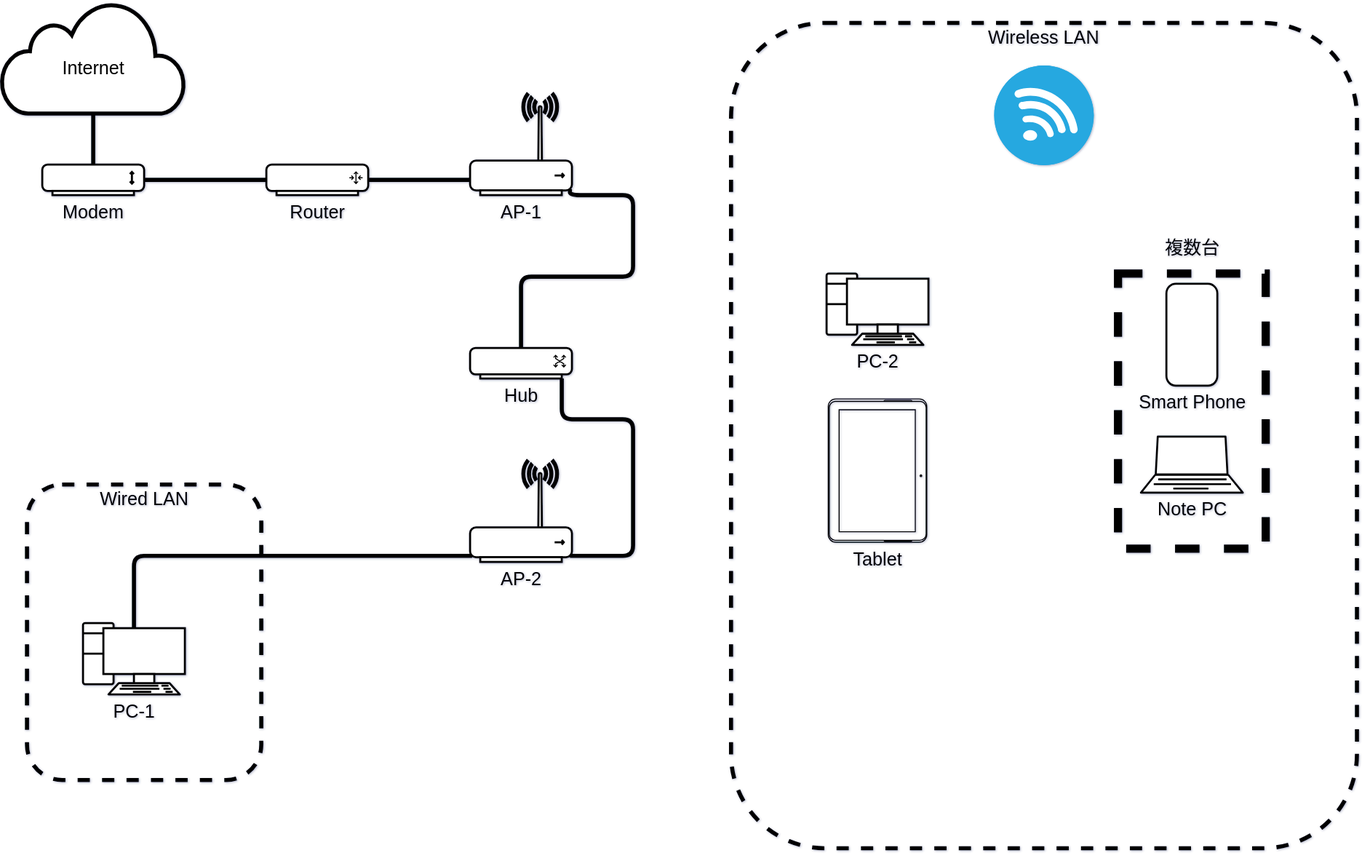
Above: NW.drawio.svg in kuroma6666/home (draw.io), before the change. Source tidied: cells renumbered, new cells last; positions are measured from the earlier drawing's top-left corner, leaving out a move shared by most shapes.
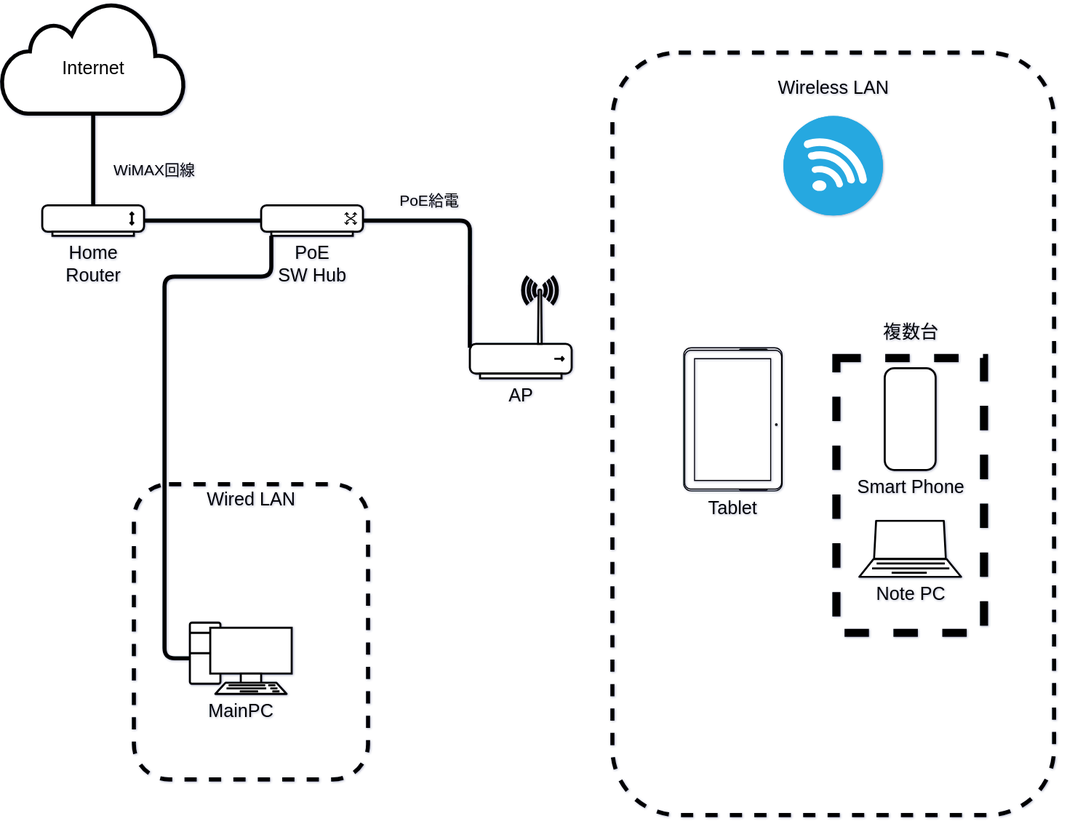
Later version of the same file.

Commit message:
update: 現時点でのNW構成更新内容を反映

What changed in the source:
```diff
@@ -2,8 +2,11 @@
   <root>
     <mxCell id="0" />
     <mxCell id="1" parent="0" />
+    <mxCell id="18" style="rounded=1;whiteSpace=wrap;html=1;dashed=1;labelBackgroundColor=none;fontFamily=Helvetica;fontSize=18;fontColor=#000000;strokeColor=#000000;strokeWidth=4;fillColor=none;gradientColor=none;" parent="1" vertex="1">
+      <mxGeometry x="600" y="50" width="433.8" height="749" as="geometry" />
+    </mxCell>
     <mxCell id="2" style="group;" parent="1" vertex="1">
-      <mxGeometry x="25" y="474" width="230" height="290" as="geometry" />
+      <mxGeometry x="130" y="474" width="230" height="290" as="geometry" />
     </mxCell>
     <mxCell id="3" style="rounded=1;whiteSpace=wrap;html=1;dashed=1;labelBackgroundColor=none;fontFamily=Helvetica;fontSize=18;fontColor=#000000;strokeColor=#000000;strokeWidth=4;fillColor=none;gradientColor=none;" parent="2" vertex="1">
       <mxGeometry width="230" height="290" as="geometry" />
@@ -11,71 +14,47 @@
     <mxCell id="4" value="Wired LAN" style="text;html=1;align=center;verticalAlign=middle;strokeColor=none;fillColor=none;fontSize=18;fontFamily=Helvetica;fontColor=#000000;" parent="2" vertex="1">
       <mxGeometry x="65" width="100" height="30" as="geometry" />
     </mxCell>
-    <mxCell id="5" value="PC-1" style="verticalAlign=top;verticalLabelPosition=bottom;labelPosition=center;align=center;html=1;outlineConnect=0;gradientDirection=north;strokeWidth=2;shape=mxgraph.networks.pc;labelBackgroundColor=none;fontSize=18;strokeColor=#000000;fontColor=#000000;" parent="2" vertex="1">
+    <mxCell id="5" value="MainPC" style="verticalAlign=top;verticalLabelPosition=bottom;labelPosition=center;align=center;html=1;outlineConnect=0;gradientDirection=north;strokeWidth=2;shape=mxgraph.networks.pc;labelBackgroundColor=none;fontSize=18;strokeColor=#000000;fontColor=#000000;" parent="2" vertex="1">
       <mxGeometry x="55" y="136" width="100" height="70" as="geometry" />
     </mxCell>
-    <mxCell id="6" value="&lt;font style=&quot;font-size: 18px&quot;&gt;Modem&lt;/font&gt;" style="verticalAlign=top;verticalLabelPosition=bottom;labelPosition=center;align=center;html=1;outlineConnect=0;gradientDirection=north;strokeWidth=2;shape=mxgraph.networks.modem;strokeColor=#000000;fontColor=#000000;" parent="1" vertex="1">
-      <mxGeometry x="40" y="160" width="100" height="30" as="geometry" />
+    <mxCell id="6" value="&lt;span style=&quot;font-size: 18px;&quot;&gt;Home&lt;br&gt;Router&lt;br&gt;&lt;/span&gt;" style="verticalAlign=top;verticalLabelPosition=bottom;labelPosition=center;align=center;html=1;outlineConnect=0;gradientDirection=north;strokeWidth=2;shape=mxgraph.networks.modem;strokeColor=#000000;fontColor=#000000;" parent="1" vertex="1">
+      <mxGeometry x="40" y="200" width="100" height="30" as="geometry" />
     </mxCell>
-    <mxCell id="7" style="edgeStyle=none;shape=connector;rounded=1;html=1;exitX=1;exitY=0.5;exitDx=0;exitDy=0;exitPerimeter=0;labelBackgroundColor=default;fontFamily=Helvetica;fontSize=18;fontColor=#000000;endArrow=none;strokeColor=#000000;strokeWidth=4;" parent="1" edge="1" source="8">
-      <mxGeometry relative="1" as="geometry">
-        <mxPoint x="460" y="175" as="targetPoint" />
-      </mxGeometry>
-    </mxCell>
-    <mxCell id="8" value="&lt;font style=&quot;font-size: 18px&quot;&gt;Router&lt;/font&gt;" style="verticalAlign=top;verticalLabelPosition=bottom;labelPosition=center;align=center;html=1;outlineConnect=0;gradientDirection=north;strokeWidth=2;shape=mxgraph.networks.router;strokeColor=#000000;fontColor=#000000;" parent="1" vertex="1">
-      <mxGeometry x="260" y="160" width="100" height="30" as="geometry" />
-    </mxCell>
     <mxCell id="9" value="&lt;font style=&quot;font-size: 18px&quot;&gt;&lt;br&gt;&lt;div style=&quot;text-align: justify&quot;&gt;&lt;span&gt;&lt;font&gt;Internet&lt;/font&gt;&lt;/span&gt;&lt;/div&gt;&lt;/font&gt;" style="html=1;outlineConnect=0;gradientDirection=north;strokeWidth=2;shape=mxgraph.networks.cloud;strokeColor=#000000;fillColor=#FFFFFF;fontColor=#000000;" parent="1" vertex="1">
       <mxGeometry width="180" height="110" as="geometry" />
     </mxCell>
-    <mxCell id="10" style="edgeStyle=orthogonalEdgeStyle;html=1;entryX=0.5;entryY=0;entryDx=0;entryDy=0;entryPerimeter=0;strokeWidth=4;fontSize=18;fontColor=#000000;endArrow=none;endFill=0;exitX=0.98;exitY=0.94;exitDx=0;exitDy=0;exitPerimeter=0;" parent="1" edge="1" source="13" target="17">
-      <mxGeometry relative="1" as="geometry">
-        <Array as="points">
-          <mxPoint x="558" y="190" />
-          <mxPoint x="620" y="190" />
-          <mxPoint x="620" y="270" />
-          <mxPoint x="510" y="270" />
-        </Array>
-      </mxGeometry>
-    </mxCell>
     <mxCell id="11" style="endArrow=none;html=1;fontSize=18;fontColor=#000000;entryX=0.5;entryY=1;entryDx=0;entryDy=0;entryPerimeter=0;strokeColor=#000000;strokeWidth=4;" parent="1" edge="1" source="6" target="9">
       <mxGeometry relative="1" as="geometry" />
     </mxCell>
-    <mxCell id="12" style="endArrow=none;html=1;fontSize=18;fontColor=#000000;strokeColor=#000000;strokeWidth=4;exitX=0;exitY=0.5;exitDx=0;exitDy=0;exitPerimeter=0;" parent="1" edge="1" source="8" target="6">
-      <mxGeometry relative="1" as="geometry" />
+    <mxCell id="12" style="endArrow=none;html=1;fontSize=18;fontColor=#000000;strokeColor=#000000;strokeWidth=4;" parent="1" edge="1" target="6">
+      <mxGeometry relative="1" as="geometry">
+        <mxPoint x="260" y="215" as="sourcePoint" />
+      </mxGeometry>
     </mxCell>
-    <mxCell id="13" value="&lt;font color=&quot;#000000&quot; style=&quot;font-size: 18px;&quot;&gt;AP-1&lt;/font&gt;" style="fontColor=#0066CC;verticalAlign=top;verticalLabelPosition=bottom;labelPosition=center;align=center;html=1;outlineConnect=0;fillColor=#FFFFFF;strokeColor=#000000;gradientColor=none;gradientDirection=north;strokeWidth=2;shape=mxgraph.networks.wireless_hub;" parent="1" vertex="1">
-      <mxGeometry x="460" y="90" width="100" height="100" as="geometry" />
-    </mxCell>
-    <mxCell id="14" style="edgeStyle=orthogonalEdgeStyle;html=1;exitX=0.02;exitY=0.94;exitDx=0;exitDy=0;exitPerimeter=0;entryX=0.5;entryY=0.07;entryDx=0;entryDy=0;entryPerimeter=0;strokeWidth=4;fontSize=18;fontColor=#000000;endArrow=none;endFill=0;" parent="1" edge="1" source="15" target="5">
-      <mxGeometry relative="1" as="geometry" />
+    <mxCell id="14" style="edgeStyle=orthogonalEdgeStyle;html=1;strokeWidth=4;fontSize=18;fontColor=#000000;endArrow=none;endFill=0;exitX=0.1;exitY=1;exitDx=0;exitDy=0;exitPerimeter=0;entryX=0;entryY=0.5;entryDx=0;entryDy=0;entryPerimeter=0;" parent="1" edge="1" source="17" target="5">
+      <mxGeometry relative="1" as="geometry">
+        <Array as="points">
+          <mxPoint x="265" y="270" />
+          <mxPoint x="160" y="270" />
+          <mxPoint x="160" y="645" />
+        </Array>
+      </mxGeometry>
     </mxCell>
-    <mxCell id="15" value="&lt;font color=&quot;#000000&quot; style=&quot;font-size: 18px;&quot;&gt;AP-2&lt;br&gt;&lt;/font&gt;" style="fontColor=#0066CC;verticalAlign=top;verticalLabelPosition=bottom;labelPosition=center;align=center;html=1;outlineConnect=0;fillColor=#FFFFFF;strokeColor=#000000;gradientColor=none;gradientDirection=north;strokeWidth=2;shape=mxgraph.networks.wireless_hub;" parent="1" vertex="1">
-      <mxGeometry x="460" y="450" width="100" height="100" as="geometry" />
+    <mxCell id="15" value="&lt;font color=&quot;#000000&quot; style=&quot;font-size: 18px;&quot;&gt;AP&lt;br&gt;&lt;/font&gt;" style="fontColor=#0066CC;verticalAlign=top;verticalLabelPosition=bottom;labelPosition=center;align=center;html=1;outlineConnect=0;fillColor=#FFFFFF;strokeColor=#000000;gradientColor=none;gradientDirection=north;strokeWidth=2;shape=mxgraph.networks.wireless_hub;" parent="1" vertex="1">
+      <mxGeometry x="460" y="270" width="100" height="100" as="geometry" />
     </mxCell>
-    <mxCell id="16" style="edgeStyle=orthogonalEdgeStyle;html=1;exitX=0.9;exitY=1;exitDx=0;exitDy=0;exitPerimeter=0;entryX=0.98;entryY=0.94;entryDx=0;entryDy=0;entryPerimeter=0;strokeWidth=4;fontSize=18;fontColor=#000000;endArrow=none;endFill=0;" parent="1" edge="1" source="17" target="15">
+    <mxCell id="16" style="edgeStyle=orthogonalEdgeStyle;html=1;exitX=1;exitY=0.5;exitDx=0;exitDy=0;exitPerimeter=0;strokeWidth=4;fontSize=18;fontColor=#000000;endArrow=none;endFill=0;entryX=0;entryY=0.7;entryDx=0;entryDy=0;entryPerimeter=0;" parent="1" edge="1" source="17" target="15">
       <mxGeometry relative="1" as="geometry">
         <Array as="points">
-          <mxPoint x="550" y="410" />
-          <mxPoint x="620" y="410" />
-          <mxPoint x="620" y="544" />
+          <mxPoint x="460" y="215" />
         </Array>
       </mxGeometry>
     </mxCell>
-    <mxCell id="17" value="&lt;font&gt;Hub&lt;/font&gt;" style="verticalAlign=top;verticalLabelPosition=bottom;labelPosition=center;align=center;html=1;outlineConnect=0;gradientDirection=north;strokeWidth=2;shape=mxgraph.networks.switch;fontSize=18;strokeColor=#000000;fontColor=#000000;" parent="1" vertex="1">
-      <mxGeometry x="460" y="340" width="100" height="30" as="geometry" />
+    <mxCell id="17" value="&lt;font&gt;PoE&lt;br&gt;SW Hub&lt;/font&gt;" style="verticalAlign=top;verticalLabelPosition=bottom;labelPosition=center;align=center;html=1;outlineConnect=0;gradientDirection=north;strokeWidth=2;shape=mxgraph.networks.switch;fontSize=18;strokeColor=#000000;fontColor=#000000;" parent="1" vertex="1">
+      <mxGeometry x="255" y="200" width="100" height="30" as="geometry" />
     </mxCell>
-    <mxCell id="18" style="rounded=1;whiteSpace=wrap;html=1;dashed=1;labelBackgroundColor=none;fontFamily=Helvetica;fontSize=18;fontColor=#000000;strokeColor=#000000;strokeWidth=4;fillColor=none;gradientColor=none;" parent="1" vertex="1">
-      <mxGeometry x="716.2" y="21" width="614.5" height="810" as="geometry" />
-    </mxCell>
-    <mxCell id="19" value="Wireless LAN" style="text;html=1;align=center;verticalAlign=middle;strokeColor=none;fillColor=none;fontSize=18;fontFamily=Helvetica;fontColor=#000000;" parent="1" vertex="1">
-      <mxGeometry x="963.4" y="21" width="120" height="30" as="geometry" />
-    </mxCell>
-    <mxCell id="20" style="fillColor=#28A8E0;verticalLabelPosition=bottom;sketch=0;html=1;strokeColor=#ffffff;verticalAlign=top;align=center;shape=mxgraph.cisco_safe.compositeIcon;bgIcon=ellipse;resIcon=mxgraph.cisco_safe.capability.wireless_connection;fontSize=18;fontColor=#000000;" parent="1" vertex="1">
-      <mxGeometry x="974.6" y="62.9" width="97.8" height="97.8" as="geometry" />
-    </mxCell>
     <mxCell id="21" style="group;fontColor=#000000;" parent="1" vertex="1">
-      <mxGeometry x="1096.1" y="227" width="145" height="310" as="geometry" />
+      <mxGeometry x="820" y="310" width="145" height="310" as="geometry" />
     </mxCell>
     <mxCell id="22" value="Smart Phone" style="verticalAlign=top;verticalLabelPosition=bottom;labelPosition=center;align=center;html=1;gradientDirection=north;strokeWidth=2;shape=mxgraph.networks.mobile;labelBackgroundColor=none;fontSize=18;strokeColor=#000000;fontColor=#000000;" parent="21" vertex="1">
       <mxGeometry x="47.5" y="50" width="50" height="100" as="geometry" />
@@ -89,11 +68,23 @@
     <mxCell id="25" value="複数台" style="text;html=1;align=center;verticalAlign=middle;strokeColor=none;fillColor=none;fontSize=18;fontFamily=Helvetica;fontColor=#000000;" parent="21" vertex="1">
       <mxGeometry x="37.5" width="70" height="30" as="geometry" />
     </mxCell>
-    <mxCell id="26" value="PC-2" style="verticalAlign=top;verticalLabelPosition=bottom;labelPosition=center;align=center;html=1;gradientDirection=north;strokeWidth=2;shape=mxgraph.networks.pc;labelBackgroundColor=none;fontSize=18;strokeColor=#000000;fontColor=#000000;" parent="1" vertex="1">
-      <mxGeometry x="810" y="267" width="100" height="70" as="geometry" />
-    </mxCell>
+    <mxCell id="28" value="WiMAX回線" style="text;html=1;align=center;verticalAlign=middle;strokeColor=none;fillColor=none;fontFamily=Helvetica;fontSize=15;" parent="1" vertex="1">
+      <mxGeometry x="100" y="150" width="100" height="30" as="geometry" />
+    </mxCell>
+    <mxCell id="29" value="PoE給電" style="text;html=1;align=center;verticalAlign=middle;strokeColor=none;fillColor=none;fontFamily=Helvetica;fontSize=15;" parent="1" vertex="1">
+      <mxGeometry x="380" y="180" width="80" height="30" as="geometry" />
+    </mxCell>
+    <mxCell id="30" style="group;" parent="1" vertex="1">
+      <mxGeometry x="756.9" y="70.3" width="120" height="139.7" as="geometry" />
+    </mxCell>
+    <mxCell id="19" value="Wireless LAN" style="text;html=1;align=center;verticalAlign=middle;strokeColor=none;fillColor=none;fontSize=18;fontFamily=Helvetica;fontColor=#000000;" parent="30" vertex="1">
+      <mxGeometry width="120" height="30" as="geometry" />
+    </mxCell>
+    <mxCell id="20" style="fillColor=#28A8E0;verticalLabelPosition=bottom;sketch=0;html=1;strokeColor=#ffffff;verticalAlign=top;align=center;shape=mxgraph.cisco_safe.compositeIcon;bgIcon=ellipse;resIcon=mxgraph.cisco_safe.capability.wireless_connection;fontSize=18;fontColor=#000000;" parent="30" vertex="1">
+      <mxGeometry x="11.1" y="41.9" width="97.8" height="97.8" as="geometry" />
+    </mxCell>
     <mxCell id="27" value="Tablet" style="verticalLabelPosition=bottom;verticalAlign=top;html=1;shadow=0;dashed=0;strokeWidth=1;shape=mxgraph.android.tab2;strokeColor=#000000;fontSize=18;fontColor=#000000;fillColor=none;" parent="1" vertex="1">
-      <mxGeometry x="811.6" y="390" width="96.7" height="140.6" as="geometry" />
+      <mxGeometry x="670" y="340" width="96.7" height="140.6" as="geometry" />
     </mxCell>
   </root>
 </mxGraphModel>
```
